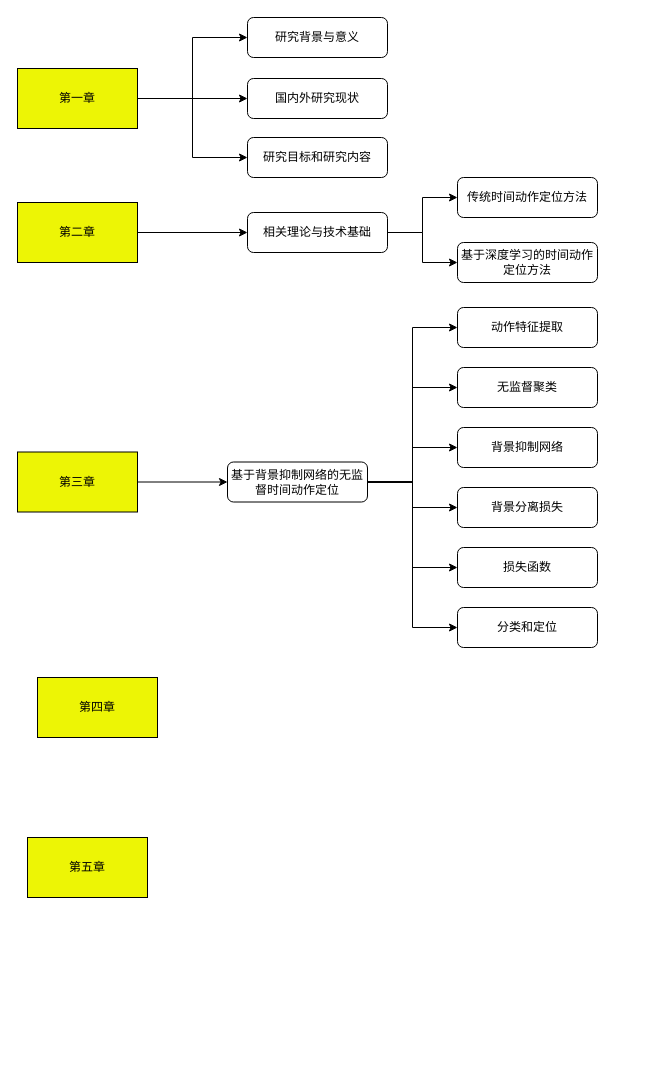
Before: 论文/Untitled Diagram.drawio in zhou-ning/Diagrams, a draw.io diagram. Source tidied: cells renumbered, new cells numbered last; positions are measured from the earlier drawing's top-left corner, leaving out a move shared by most shapes. Both pictures are drawn from the tidied source at 100%, with x=0, y=0 at pixel (17, 17).
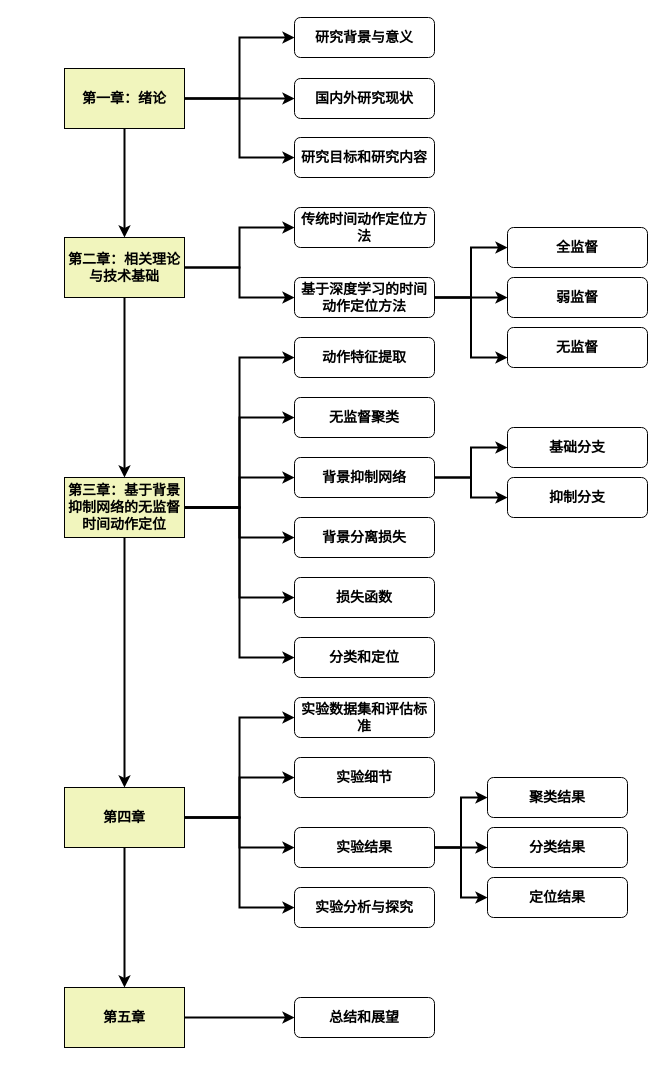
Above is the later version.

The edit, as a diff of the source:
```diff
@@
-    <mxCell id="2" style="edgeStyle=orthogonalEdgeStyle;rounded=0;jettySize=auto;html=1;" parent="1" edge="1" source="5" target="13">
+    <mxCell id="2" style="edgeStyle=orthogonalEdgeStyle;rounded=0;jettySize=auto;html=1;fontSize=14;fontStyle=1;strokeWidth=2;" parent="1" edge="1" source="5" target="13">
       <mxGeometry relative="1" as="geometry" />
     </mxCell>
-    <mxCell id="3" style="edgeStyle=orthogonalEdgeStyle;rounded=0;jettySize=auto;html=1;entryX=0;entryY=0.5;entryDx=0;entryDy=0;" parent="1" edge="1" source="5" target="12">
+    <mxCell id="3" style="edgeStyle=orthogonalEdgeStyle;rounded=0;jettySize=auto;html=1;entryX=0;entryY=0.5;entryDx=0;entryDy=0;fontSize=14;fontStyle=1;strokeWidth=2;" parent="1" edge="1" source="5" target="12">
       <mxGeometry relative="1" as="geometry" />
     </mxCell>
-    <mxCell id="4" style="edgeStyle=orthogonalEdgeStyle;rounded=0;jettySize=auto;html=1;entryX=0;entryY=0.5;entryDx=0;entryDy=0;" parent="1" edge="1" source="5" target="14">
+    <mxCell id="4" style="edgeStyle=orthogonalEdgeStyle;rounded=0;jettySize=auto;html=1;entryX=0;entryY=0.5;entryDx=0;entryDy=0;fontSize=14;fontStyle=1;strokeWidth=2;" parent="1" edge="1" source="5" target="14">
       <mxGeometry relative="1" as="geometry" />
     </mxCell>
+    <mxCell id="33" style="edgeStyle=orthogonalEdgeStyle;rounded=0;jettySize=auto;html=1;fontSize=14;fontStyle=1;strokeWidth=2;" parent="1" edge="1" source="5" target="7">
+      <mxGeometry relative="1" as="geometry" />
+    </mxCell>
-    <mxCell id="5" value="第一章" style="rounded=0;whiteSpace=wrap;html=1;fillColor=#EDF505;" parent="1" vertex="1">
-      <mxGeometry y="51" width="120" height="60" as="geometry" />
+    <mxCell id="5" value="第一章：绪论" style="rounded=0;whiteSpace=wrap;html=1;fillColor=#F1F5BD;fontSize=14;fontFamily=Verdana;fontStyle=1;" parent="1" vertex="1">
+      <mxGeometry x="47" y="51" width="120" height="60" as="geometry" />
     </mxCell>
-    <mxCell id="6" style="edgeStyle=orthogonalEdgeStyle;rounded=0;jettySize=auto;html=1;" parent="1" edge="1" source="7" target="17">
-      <mxGeometry relative="1" as="geometry" />
-    </mxCell>
+    <mxCell id="34" style="edgeStyle=orthogonalEdgeStyle;rounded=0;jettySize=auto;html=1;entryX=0.5;entryY=0;entryDx=0;entryDy=0;fontSize=14;fontStyle=1;strokeWidth=2;" parent="1" edge="1" source="7" target="9">
+      <mxGeometry relative="1" as="geometry" />
+    </mxCell>
+    <mxCell id="35" style="edgeStyle=orthogonalEdgeStyle;rounded=0;jettySize=auto;html=1;entryX=0;entryY=0.5;entryDx=0;entryDy=0;fontSize=14;fontStyle=1;strokeWidth=2;" parent="1" edge="1" source="7" target="18">
+      <mxGeometry relative="1" as="geometry" />
+    </mxCell>
+    <mxCell id="36" style="edgeStyle=orthogonalEdgeStyle;rounded=0;jettySize=auto;html=1;fontSize=14;fontStyle=1;strokeWidth=2;" parent="1" edge="1" source="7" target="19">
+      <mxGeometry relative="1" as="geometry" />
+    </mxCell>
-    <mxCell id="7" value="第二章" style="rounded=0;whiteSpace=wrap;html=1;fillColor=#EDF505;" parent="1" vertex="1">
-      <mxGeometry y="185" width="120" height="60" as="geometry" />
+    <mxCell id="7" value="第二章：相关理论与技术基础" style="rounded=0;whiteSpace=wrap;html=1;fillColor=#F1F5BD;fontSize=14;fontStyle=1;" parent="1" vertex="1">
+      <mxGeometry x="47" y="220" width="120" height="60" as="geometry" />
     </mxCell>
-    <mxCell id="8" style="edgeStyle=orthogonalEdgeStyle;rounded=0;jettySize=auto;html=1;entryX=0;entryY=0.5;entryDx=0;entryDy=0;" parent="1" edge="1" source="9" target="26">
-      <mxGeometry relative="1" as="geometry" />
-    </mxCell>
+    <mxCell id="37" style="edgeStyle=orthogonalEdgeStyle;rounded=0;jettySize=auto;html=1;fontSize=14;fontStyle=1;strokeWidth=2;" parent="1" edge="1" source="9" target="10">
+      <mxGeometry relative="1" as="geometry" />
+    </mxCell>
-    <mxCell id="9" value="第三章" style="rounded=0;whiteSpace=wrap;html=1;fillColor=#EDF505;" parent="1" vertex="1">
-      <mxGeometry y="434.5" width="120" height="60" as="geometry" />
+    <mxCell id="9" value="第三章：基于背景抑制网络的无监督时间动作定位" style="rounded=0;whiteSpace=wrap;html=1;fillColor=#F1F5BD;fontSize=14;fontStyle=1;" parent="1" vertex="1">
+      <mxGeometry x="47" y="460" width="120" height="60" as="geometry" />
     </mxCell>
+    <mxCell id="38" style="edgeStyle=orthogonalEdgeStyle;rounded=0;jettySize=auto;html=1;entryX=0;entryY=0.5;entryDx=0;entryDy=0;fontSize=14;fontStyle=1;strokeWidth=2;" parent="1" edge="1" source="10" target="50">
+      <mxGeometry relative="1" as="geometry" />
+    </mxCell>
+    <mxCell id="39" style="edgeStyle=orthogonalEdgeStyle;rounded=0;jettySize=auto;html=1;fontSize=14;fontStyle=1;strokeWidth=2;" parent="1" edge="1" source="10" target="51">
+      <mxGeometry relative="1" as="geometry" />
+    </mxCell>
+    <mxCell id="40" style="edgeStyle=orthogonalEdgeStyle;rounded=0;jettySize=auto;html=1;fontSize=14;fontStyle=1;strokeWidth=2;" parent="1" edge="1" source="10" target="55">
+      <mxGeometry relative="1" as="geometry" />
+    </mxCell>
+    <mxCell id="41" style="edgeStyle=orthogonalEdgeStyle;rounded=0;jettySize=auto;html=1;entryX=0;entryY=0.5;entryDx=0;entryDy=0;fontSize=14;fontStyle=1;strokeWidth=2;" parent="1" edge="1" source="10" target="56">
+      <mxGeometry relative="1" as="geometry" />
+    </mxCell>
+    <mxCell id="42" style="edgeStyle=orthogonalEdgeStyle;rounded=0;jettySize=auto;html=1;fontSize=14;fontStyle=1;strokeWidth=2;" parent="1" edge="1" source="10" target="11">
+      <mxGeometry relative="1" as="geometry" />
+    </mxCell>
-    <mxCell id="10" value="第四章" style="rounded=0;whiteSpace=wrap;html=1;fillColor=#EDF505;" parent="1" vertex="1">
-      <mxGeometry x="20" y="660" width="120" height="60" as="geometry" />
+    <mxCell id="10" value="第四章" style="rounded=0;whiteSpace=wrap;html=1;fillColor=#F1F5BD;fontSize=14;fontStyle=1;" parent="1" vertex="1">
+      <mxGeometry x="47" y="770" width="120" height="60" as="geometry" />
     </mxCell>
+    <mxCell id="43" style="edgeStyle=orthogonalEdgeStyle;rounded=0;jettySize=auto;html=1;fontSize=14;fontStyle=1;strokeWidth=2;" parent="1" edge="1" source="11" target="57">
+      <mxGeometry relative="1" as="geometry" />
+    </mxCell>
-    <mxCell id="11" value="第五章" style="rounded=0;whiteSpace=wrap;html=1;fillColor=#EDF505;" parent="1" vertex="1">
-      <mxGeometry x="10" y="820" width="120" height="60" as="geometry" />
+    <mxCell id="11" value="第五章" style="rounded=0;whiteSpace=wrap;html=1;fillColor=#F1F5BD;fontSize=14;fontStyle=1;" parent="1" vertex="1">
+      <mxGeometry x="47" y="970" width="120" height="60" as="geometry" />
     </mxCell>
-    <mxCell id="12" value="研究背景与意义" style="rounded=1;whiteSpace=wrap;html=1;fillColor=#FFFFFF;" parent="1" vertex="1">
-      <mxGeometry x="230" width="140" height="40" as="geometry" />
+    <mxCell id="12" value="研究背景与意义" style="rounded=1;whiteSpace=wrap;html=1;fillColor=#FFFFFF;fontSize=14;fontStyle=1;" parent="1" vertex="1">
+      <mxGeometry x="277" width="140" height="40" as="geometry" />
     </mxCell>
-    <mxCell id="13" value="国内外研究现状" style="rounded=1;whiteSpace=wrap;html=1;fillColor=#FFFFFF;" parent="1" vertex="1">
-      <mxGeometry x="230" y="61" width="140" height="40" as="geometry" />
+    <mxCell id="13" value="国内外研究现状" style="rounded=1;whiteSpace=wrap;html=1;fillColor=#FFFFFF;fontSize=14;fontStyle=1;" parent="1" vertex="1">
+      <mxGeometry x="277" y="61" width="140" height="40" as="geometry" />
     </mxCell>
-    <mxCell id="14" value="研究目标和研究内容" style="rounded=1;whiteSpace=wrap;html=1;fillColor=#FFFFFF;" parent="1" vertex="1">
-      <mxGeometry x="230" y="120" width="140" height="40" as="geometry" />
+    <mxCell id="14" value="研究目标和研究内容" style="rounded=1;whiteSpace=wrap;html=1;fillColor=#FFFFFF;fontSize=14;fontStyle=1;" parent="1" vertex="1">
+      <mxGeometry x="277" y="120" width="140" height="40" as="geometry" />
     </mxCell>
-    <mxCell id="15" style="edgeStyle=orthogonalEdgeStyle;rounded=0;jettySize=auto;html=1;entryX=0;entryY=0.5;entryDx=0;entryDy=0;" parent="1" edge="1" source="17" target="18">
-      <mxGeometry relative="1" as="geometry" />
-    </mxCell>
-    <mxCell id="16" style="edgeStyle=orthogonalEdgeStyle;rounded=0;jettySize=auto;html=1;" parent="1" edge="1" source="17" target="19">
-      <mxGeometry relative="1" as="geometry" />
-    </mxCell>
-    <mxCell id="17" value="相关理论与技术基础" style="rounded=1;whiteSpace=wrap;html=1;fillColor=#FFFFFF;" parent="1" vertex="1">
-      <mxGeometry x="230" y="195" width="140" height="40" as="geometry" />
-    </mxCell>
-    <mxCell id="18" value="传统时间动作定位方法" style="rounded=1;whiteSpace=wrap;html=1;fillColor=#FFFFFF;" parent="1" vertex="1">
-      <mxGeometry x="440" y="160" width="140" height="40" as="geometry" />
+    <mxCell id="18" value="传统时间动作定位方法" style="rounded=1;whiteSpace=wrap;html=1;fillColor=#FFFFFF;fontSize=14;fontStyle=1;" parent="1" vertex="1">
+      <mxGeometry x="277" y="190" width="140" height="40" as="geometry" />
     </mxCell>
+    <mxCell id="44" style="edgeStyle=orthogonalEdgeStyle;rounded=0;jettySize=auto;html=1;entryX=0;entryY=0.5;entryDx=0;entryDy=0;fontFamily=Verdana;fontSize=14;strokeWidth=2;" parent="1" edge="1" source="19" target="59">
+      <mxGeometry relative="1" as="geometry" />
+    </mxCell>
+    <mxCell id="45" style="edgeStyle=orthogonalEdgeStyle;rounded=0;jettySize=auto;html=1;entryX=0;entryY=0.5;entryDx=0;entryDy=0;fontFamily=Verdana;fontSize=14;strokeWidth=2;" parent="1" edge="1" source="19" target="58">
+      <mxGeometry relative="1" as="geometry" />
+    </mxCell>
+    <mxCell id="46" style="edgeStyle=orthogonalEdgeStyle;rounded=0;jettySize=auto;html=1;entryX=0;entryY=0.75;entryDx=0;entryDy=0;fontFamily=Verdana;fontSize=14;strokeWidth=2;" parent="1" edge="1" source="19" target="60">
+      <mxGeometry relative="1" as="geometry" />
+    </mxCell>
-    <mxCell id="19" value="基于深度学习的时间动作定位方法" style="rounded=1;whiteSpace=wrap;html=1;fillColor=#FFFFFF;" parent="1" vertex="1">
-      <mxGeometry x="440" y="225" width="140" height="40" as="geometry" />
+    <mxCell id="19" value="基于深度学习的时间动作定位方法" style="rounded=1;whiteSpace=wrap;html=1;fillColor=#FFFFFF;fontSize=14;fontStyle=1;" parent="1" vertex="1">
+      <mxGeometry x="277" y="260" width="140" height="40" as="geometry" />
     </mxCell>
-    <mxCell id="20" style="edgeStyle=orthogonalEdgeStyle;rounded=0;jettySize=auto;html=1;entryX=0;entryY=0.5;entryDx=0;entryDy=0;" parent="1" edge="1" source="26" target="27">
+    <mxCell id="20" style="edgeStyle=orthogonalEdgeStyle;rounded=0;jettySize=auto;html=1;entryX=0;entryY=0.5;entryDx=0;entryDy=0;exitX=1;exitY=0.5;exitDx=0;exitDy=0;fontSize=14;fontStyle=1;strokeWidth=2;" parent="1" edge="1" source="9" target="27">
       <mxGeometry relative="1" as="geometry" />
     </mxCell>
-    <mxCell id="21" style="edgeStyle=orthogonalEdgeStyle;rounded=0;jettySize=auto;html=1;entryX=0;entryY=0.5;entryDx=0;entryDy=0;" parent="1" edge="1" source="26" target="28">
+    <mxCell id="21" style="edgeStyle=orthogonalEdgeStyle;rounded=0;jettySize=auto;html=1;entryX=0;entryY=0.5;entryDx=0;entryDy=0;exitX=1;exitY=0.5;exitDx=0;exitDy=0;fontSize=14;fontStyle=1;strokeWidth=2;" parent="1" edge="1" source="9" target="28">
       <mxGeometry relative="1" as="geometry" />
     </mxCell>
-    <mxCell id="22" style="edgeStyle=orthogonalEdgeStyle;rounded=0;jettySize=auto;html=1;entryX=0;entryY=0.5;entryDx=0;entryDy=0;" parent="1" edge="1" source="26" target="29">
+    <mxCell id="22" style="edgeStyle=orthogonalEdgeStyle;rounded=0;jettySize=auto;html=1;entryX=0;entryY=0.5;entryDx=0;entryDy=0;exitX=1;exitY=0.5;exitDx=0;exitDy=0;fontSize=14;fontStyle=1;strokeWidth=2;" parent="1" edge="1" source="9" target="29">
       <mxGeometry relative="1" as="geometry" />
     </mxCell>
-    <mxCell id="23" style="edgeStyle=orthogonalEdgeStyle;rounded=0;jettySize=auto;html=1;" parent="1" edge="1" source="26" target="30">
+    <mxCell id="23" style="edgeStyle=orthogonalEdgeStyle;rounded=0;jettySize=auto;html=1;exitX=1;exitY=0.5;exitDx=0;exitDy=0;fontSize=14;fontStyle=1;strokeWidth=2;" parent="1" edge="1" source="9" target="30">
       <mxGeometry relative="1" as="geometry" />
     </mxCell>
-    <mxCell id="24" style="edgeStyle=orthogonalEdgeStyle;rounded=0;jettySize=auto;html=1;entryX=0;entryY=0.5;entryDx=0;entryDy=0;" parent="1" edge="1" source="26" target="31">
+    <mxCell id="24" style="edgeStyle=orthogonalEdgeStyle;rounded=0;jettySize=auto;html=1;entryX=0;entryY=0.5;entryDx=0;entryDy=0;exitX=1;exitY=0.5;exitDx=0;exitDy=0;fontSize=14;fontStyle=1;strokeWidth=2;" parent="1" edge="1" source="9" target="31">
       <mxGeometry relative="1" as="geometry" />
     </mxCell>
-    <mxCell id="25" style="edgeStyle=orthogonalEdgeStyle;rounded=0;jettySize=auto;html=1;entryX=0;entryY=0.5;entryDx=0;entryDy=0;" parent="1" edge="1" source="26" target="32">
+    <mxCell id="25" style="edgeStyle=orthogonalEdgeStyle;rounded=0;jettySize=auto;html=1;entryX=0;entryY=0.5;entryDx=0;entryDy=0;exitX=1;exitY=0.5;exitDx=0;exitDy=0;fontSize=14;fontStyle=1;strokeWidth=2;" parent="1" edge="1" source="9" target="32">
       <mxGeometry relative="1" as="geometry" />
     </mxCell>
-    <mxCell id="26" value="基于背景抑制网络的无监督时间动作定位" style="rounded=1;whiteSpace=wrap;html=1;fillColor=#FFFFFF;" parent="1" vertex="1">
-      <mxGeometry x="210" y="444.5" width="140" height="40" as="geometry" />
-    </mxCell>
-    <mxCell id="27" value="动作特征提取" style="rounded=1;whiteSpace=wrap;html=1;fillColor=#FFFFFF;" parent="1" vertex="1">
-      <mxGeometry x="440" y="290" width="140" height="40" as="geometry" />
+    <mxCell id="27" value="动作特征提取" style="rounded=1;whiteSpace=wrap;html=1;fillColor=#FFFFFF;fontSize=14;fontStyle=1;" parent="1" vertex="1">
+      <mxGeometry x="277" y="320" width="140" height="40" as="geometry" />
     </mxCell>
-    <mxCell id="28" value="无监督聚类" style="rounded=1;whiteSpace=wrap;html=1;fillColor=#FFFFFF;" parent="1" vertex="1">
-      <mxGeometry x="440" y="350" width="140" height="40" as="geometry" />
+    <mxCell id="28" value="无监督聚类" style="rounded=1;whiteSpace=wrap;html=1;fillColor=#FFFFFF;fontSize=14;fontStyle=1;" parent="1" vertex="1">
+      <mxGeometry x="277" y="380" width="140" height="40" as="geometry" />
     </mxCell>
+    <mxCell id="47" style="edgeStyle=orthogonalEdgeStyle;rounded=0;jettySize=auto;html=1;entryX=0;entryY=0.5;entryDx=0;entryDy=0;fontFamily=Verdana;fontSize=14;strokeWidth=2;" parent="1" edge="1" source="29" target="61">
+      <mxGeometry relative="1" as="geometry" />
+    </mxCell>
+    <mxCell id="48" style="edgeStyle=orthogonalEdgeStyle;rounded=0;jettySize=auto;html=1;fontFamily=Verdana;fontSize=14;strokeWidth=2;" parent="1" edge="1" source="29" target="62">
+      <mxGeometry relative="1" as="geometry" />
+    </mxCell>
-    <mxCell id="29" value="背景抑制网络" style="rounded=1;whiteSpace=wrap;html=1;fillColor=#FFFFFF;" parent="1" vertex="1">
-      <mxGeometry x="440" y="410" width="140" height="40" as="geometry" />
+    <mxCell id="29" value="背景抑制网络" style="rounded=1;whiteSpace=wrap;html=1;fillColor=#FFFFFF;fontSize=14;fontStyle=1;" parent="1" vertex="1">
+      <mxGeometry x="277" y="440" width="140" height="40" as="geometry" />
     </mxCell>
-    <mxCell id="30" value="背景分离损失" style="rounded=1;whiteSpace=wrap;html=1;fillColor=#FFFFFF;" parent="1" vertex="1">
-      <mxGeometry x="440" y="470" width="140" height="40" as="geometry" />
+    <mxCell id="30" value="背景分离损失" style="rounded=1;whiteSpace=wrap;html=1;fillColor=#FFFFFF;fontSize=14;fontStyle=1;" parent="1" vertex="1">
+      <mxGeometry x="277" y="500" width="140" height="40" as="geometry" />
     </mxCell>
-    <mxCell id="31" value="损失函数" style="rounded=1;whiteSpace=wrap;html=1;fillColor=#FFFFFF;" parent="1" vertex="1">
-      <mxGeometry x="440" y="530" width="140" height="40" as="geometry" />
+    <mxCell id="31" value="损失函数" style="rounded=1;whiteSpace=wrap;html=1;fillColor=#FFFFFF;fontSize=14;fontStyle=1;" parent="1" vertex="1">
+      <mxGeometry x="277" y="560" width="140" height="40" as="geometry" />
     </mxCell>
-    <mxCell id="32" value="分类和定位" style="rounded=1;whiteSpace=wrap;html=1;fillColor=#FFFFFF;" parent="1" vertex="1">
-      <mxGeometry x="440" y="590" width="140" height="40" as="geometry" />
+    <mxCell id="32" value="分类和定位" style="rounded=1;whiteSpace=wrap;html=1;fillColor=#FFFFFF;fontSize=14;fontStyle=1;" parent="1" vertex="1">
+      <mxGeometry x="277" y="620" width="140" height="40" as="geometry" />
     </mxCell>
+    <mxCell id="49" style="edgeStyle=orthogonalEdgeStyle;rounded=0;orthogonalLoop=1;jettySize=auto;html=1;exitX=0.5;exitY=1;exitDx=0;exitDy=0;fontSize=14;fontStyle=1;" parent="1" edge="1" source="10" target="10">
+      <mxGeometry relative="1" as="geometry" />
+    </mxCell>
+    <mxCell id="50" value="实验数据集和评估标准" style="rounded=1;whiteSpace=wrap;html=1;fillColor=#FFFFFF;fontSize=14;fontStyle=1;" parent="1" vertex="1">
+      <mxGeometry x="277" y="680" width="140" height="40" as="geometry" />
+    </mxCell>
+    <mxCell id="51" value="实验细节" style="rounded=1;whiteSpace=wrap;html=1;fillColor=#FFFFFF;fontSize=14;fontStyle=1;" parent="1" vertex="1">
+      <mxGeometry x="277" y="740" width="140" height="40" as="geometry" />
+    </mxCell>
+    <mxCell id="52" style="edgeStyle=orthogonalEdgeStyle;rounded=0;jettySize=auto;html=1;entryX=0;entryY=0.5;entryDx=0;entryDy=0;fontFamily=Verdana;fontSize=14;strokeWidth=2;" parent="1" edge="1" source="55" target="63">
+      <mxGeometry relative="1" as="geometry" />
+    </mxCell>
+    <mxCell id="53" style="edgeStyle=orthogonalEdgeStyle;rounded=0;jettySize=auto;html=1;fontFamily=Verdana;fontSize=14;strokeWidth=2;" parent="1" edge="1" source="55" target="64">
+      <mxGeometry relative="1" as="geometry" />
+    </mxCell>
+    <mxCell id="54" style="edgeStyle=orthogonalEdgeStyle;rounded=0;jettySize=auto;html=1;entryX=0;entryY=0.5;entryDx=0;entryDy=0;fontFamily=Verdana;fontSize=14;strokeWidth=2;" parent="1" edge="1" source="55" target="65">
+      <mxGeometry relative="1" as="geometry" />
+    </mxCell>
+    <mxCell id="55" value="实验结果" style="rounded=1;whiteSpace=wrap;html=1;fillColor=#FFFFFF;fontSize=14;fontStyle=1;" parent="1" vertex="1">
+      <mxGeometry x="277" y="810" width="140" height="40" as="geometry" />
+    </mxCell>
+    <mxCell id="56" value="实验分析与探究" style="rounded=1;whiteSpace=wrap;html=1;fillColor=#FFFFFF;fontSize=14;fontStyle=1;" parent="1" vertex="1">
+      <mxGeometry x="277" y="870" width="140" height="40" as="geometry" />
+    </mxCell>
+    <mxCell id="57" value="总结和展望" style="rounded=1;whiteSpace=wrap;html=1;fillColor=#FFFFFF;fontSize=14;fontStyle=1;" parent="1" vertex="1">
+      <mxGeometry x="277" y="980" width="140" height="40" as="geometry" />
+    </mxCell>
+    <mxCell id="58" value="全监督" style="rounded=1;whiteSpace=wrap;html=1;fillColor=#FFFFFF;fontSize=14;fontStyle=1;" parent="1" vertex="1">
+      <mxGeometry x="490" y="210" width="140" height="40" as="geometry" />
+    </mxCell>
+    <mxCell id="59" value="弱监督" style="rounded=1;whiteSpace=wrap;html=1;fillColor=#FFFFFF;fontSize=14;fontStyle=1;" parent="1" vertex="1">
+      <mxGeometry x="490" y="260" width="140" height="40" as="geometry" />
+    </mxCell>
+    <mxCell id="60" value="无监督" style="rounded=1;whiteSpace=wrap;html=1;fillColor=#FFFFFF;fontSize=14;fontStyle=1;" parent="1" vertex="1">
+      <mxGeometry x="490" y="310" width="140" height="40" as="geometry" />
+    </mxCell>
+    <mxCell id="61" value="基础分支" style="rounded=1;whiteSpace=wrap;html=1;fillColor=#FFFFFF;fontSize=14;fontStyle=1;" parent="1" vertex="1">
+      <mxGeometry x="490" y="410" width="140" height="40" as="geometry" />
+    </mxCell>
+    <mxCell id="62" value="抑制分支" style="rounded=1;whiteSpace=wrap;html=1;fillColor=#FFFFFF;fontSize=14;fontStyle=1;" parent="1" vertex="1">
+      <mxGeometry x="490" y="460" width="140" height="40" as="geometry" />
+    </mxCell>
+    <mxCell id="63" value="聚类结果" style="rounded=1;whiteSpace=wrap;html=1;fillColor=#FFFFFF;fontSize=14;fontStyle=1;" parent="1" vertex="1">
+      <mxGeometry x="470" y="760" width="140" height="40" as="geometry" />
+    </mxCell>
+    <mxCell id="64" value="分类结果" style="rounded=1;whiteSpace=wrap;html=1;fillColor=#FFFFFF;fontSize=14;fontStyle=1;" parent="1" vertex="1">
+      <mxGeometry x="470" y="810" width="140" height="40" as="geometry" />
+    </mxCell>
+    <mxCell id="65" value="定位结果" style="rounded=1;whiteSpace=wrap;html=1;fillColor=#FFFFFF;fontSize=14;fontStyle=1;" parent="1" vertex="1">
+      <mxGeometry x="470" y="860" width="140" height="40" as="geometry" />
+    </mxCell>
```
